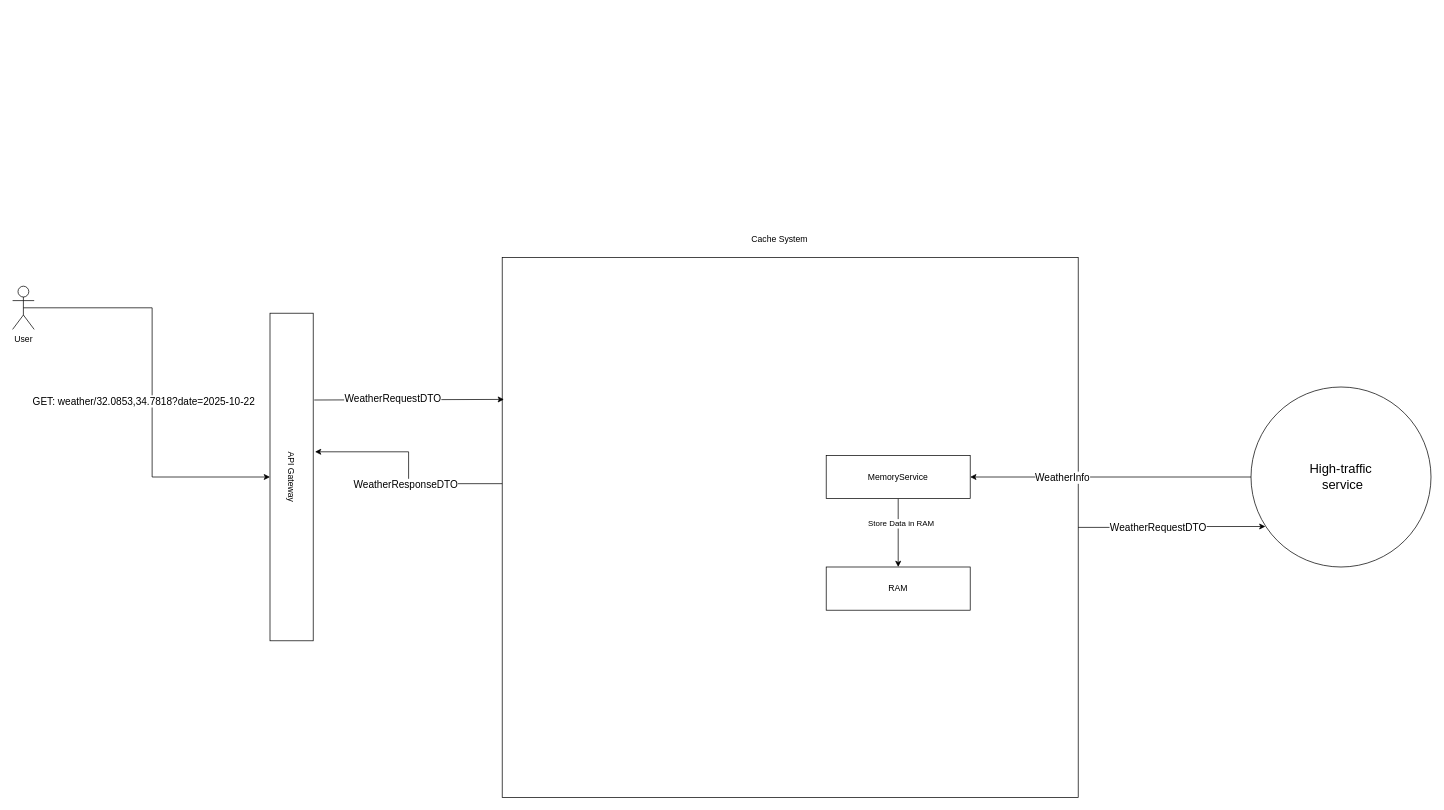
Earlier version of the draw.io diagram Untitled Diagram.drawio (rotemo-iai/drawio). Source tidied: cells renumbered, new cells numbered last; positions are measured from the earlier drawing's top-left corner, leaving out a move shared by most shapes. Both pictures are drawn from the tidied source at 72%, with x=0, y=0 at pixel (12, 228).
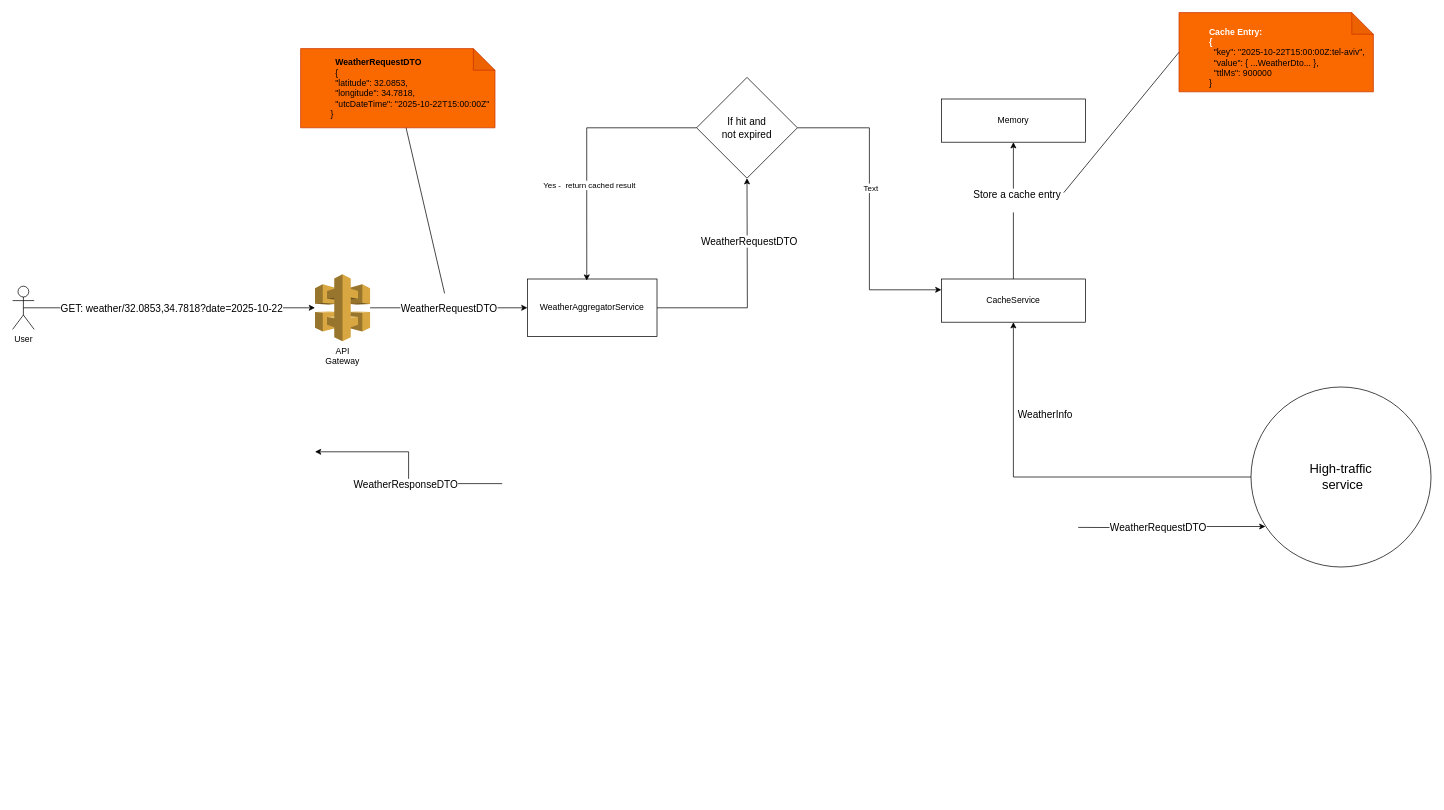
The same diagram, later.

Unchanged cells that the change refers to:
```xml
<mxCell id="2" style="edgeStyle=orthogonalEdgeStyle;rounded=0;jettySize=auto;html=1;exitX=0.5;exitY=0.5;exitDx=0;exitDy=0;exitPerimeter=0;" parent="1" edge="1" source="4" target="7">
  <mxGeometry relative="1" as="geometry" />
</mxCell>
<mxCell id="5" value="&lt;font style=&quot;font-size: 18px;&quot;&gt;High-traffic&lt;br&gt;&amp;nbsp;service&lt;/font&gt;" style="ellipse;whiteSpace=wrap;html=1;" parent="1" vertex="1">
  <mxGeometry x="1720" y="220" width="250" height="250" as="geometry" />
</mxCell>
```

Change to the diagram source:
```diff
@@
     <mxCell id="3" value="&lt;font style=&quot;font-size: 14px;&quot;&gt;GET: weather/32.0853,34.7818?date=2025-10-22&lt;/font&gt;" style="edgeLabel;html=1;align=center;verticalAlign=middle;" parent="2" vertex="1">
       <mxGeometry x="-0.35" relative="1" as="geometry">
-        <mxPoint x="-12" y="120" as="offset" />
+        <mxPoint x="73" as="offset" />
       </mxGeometry>
     </mxCell>
@@
-    <mxCell id="6" style="rounded=0;whiteSpace=wrap;html=1;" parent="1" vertex="1">
-      <mxGeometry x="680" y="40" width="800" height="750" as="geometry" />
-    </mxCell>
-    <mxCell id="7" value="API Gateway" style="rounded=0;whiteSpace=wrap;html=1;rotation=90;" parent="1" vertex="1">
-      <mxGeometry x="160" y="315" width="455" height="60" as="geometry" />
-    </mxCell>
-    <mxCell id="8" style="edgeStyle=orthogonalEdgeStyle;rounded=0;jettySize=auto;html=1;entryX=0.08;entryY=0.775;entryDx=0;entryDy=0;entryPerimeter=0;" parent="1" edge="1" source="6" target="5">
-      <mxGeometry relative="1" as="geometry" />
+    <mxCell id="8" style="edgeStyle=orthogonalEdgeStyle;rounded=0;jettySize=auto;html=1;entryX=0.08;entryY=0.775;entryDx=0;entryDy=0;entryPerimeter=0;" parent="1" edge="1" target="5">
+      <mxGeometry relative="1" as="geometry">
+        <mxPoint x="1480" y="415" as="sourcePoint" />
+      </mxGeometry>
     </mxCell>
@@
-    <mxCell id="10" style="edgeStyle=orthogonalEdgeStyle;rounded=0;jettySize=auto;html=1;exitX=0;exitY=0.419;exitDx=0;exitDy=0;exitPerimeter=0;" parent="1" edge="1" source="6">
+    <mxCell id="10" style="edgeStyle=orthogonalEdgeStyle;rounded=0;orthogonalLoop=1;jettySize=auto;html=1;exitX=0;exitY=0.419;exitDx=0;exitDy=0;exitPerimeter=0;" parent="1" edge="1">
       <mxGeometry relative="1" as="geometry">
+        <mxPoint x="680" y="354.2" as="sourcePoint" />
         <mxPoint x="420" y="310" as="targetPoint" />
         <Array as="points">
           <mxPoint x="550" y="354" />
           <mxPoint x="550" y="310" />
           <mxPoint x="420" y="310" />
         </Array>
       </mxGeometry>
     </mxCell>
@@
-    <mxCell id="14" style="endArrow=classic;html=1;rounded=0;entryX=0.003;entryY=0.263;entryDx=0;entryDy=0;entryPerimeter=0;exitX=0.265;exitY=-0.024;exitDx=0;exitDy=0;exitPerimeter=0;" parent="1" edge="1" source="7" target="6">
-      <mxGeometry relative="1" as="geometry" />
-    </mxCell>
-    <mxCell id="15" value="&lt;font style=&quot;font-size: 14px;&quot;&gt;WeatherRequestDTO&lt;/font&gt;" style="edgeLabel;html=1;align=center;verticalAlign=middle;" parent="14" vertex="1">
-      <mxGeometry x="-0.36" y="2" relative="1" as="geometry">
-        <mxPoint x="25" as="offset" />
-      </mxGeometry>
-    </mxCell>
-    <mxCell id="16" value="Cache System" style="text;html=1;align=center;verticalAlign=middle;strokeColor=none;fillColor=none;" parent="1" vertex="1">
-      <mxGeometry x="1015" width="100" height="30" as="geometry" />
-    </mxCell>
-    <mxCell id="17" style="edgeStyle=orthogonalEdgeStyle;rounded=0;jettySize=auto;html=1;entryX=0.5;entryY=0;entryDx=0;entryDy=0;" parent="1" edge="1" source="19" target="20">
+    <mxCell id="17" style="edgeStyle=orthogonalEdgeStyle;rounded=0;jettySize=auto;html=1;exitX=0.5;exitY=0;exitDx=0;exitDy=0;entryX=0.5;entryY=1;entryDx=0;entryDy=0;" parent="1" edge="1" source="19" target="20">
       <mxGeometry relative="1" as="geometry" />
     </mxCell>
-    <mxCell id="18" value="Store Data in RAM" style="edgeLabel;html=1;align=center;verticalAlign=middle;" parent="17" vertex="1">
-      <mxGeometry x="-0.28" y="3" relative="1" as="geometry" />
-    </mxCell>
+    <mxCell id="21" value="&lt;font style=&quot;font-size: 14px;&quot;&gt;Store a cache entry&lt;br&gt;&lt;br&gt;&lt;/font&gt;" style="edgeLabel;html=1;align=center;verticalAlign=middle;" parent="17" vertex="1">
+      <mxGeometry x="0.16" y="-4" relative="1" as="geometry" />
+    </mxCell>
-    <mxCell id="19" value="MemoryService" style="rounded=0;whiteSpace=wrap;html=1;" parent="1" vertex="1">
-      <mxGeometry x="1130" y="315" width="200" height="60" as="geometry" />
+    <mxCell id="19" value="CacheService" style="rounded=0;whiteSpace=wrap;html=1;" parent="1" vertex="1">
+      <mxGeometry x="1290" y="70" width="200" height="60" as="geometry" />
     </mxCell>
-    <mxCell id="20" value="RAM" style="rounded=0;whiteSpace=wrap;html=1;" parent="1" vertex="1">
-      <mxGeometry x="1130" y="470" width="200" height="60" as="geometry" />
+    <mxCell id="20" value="Memory" style="rounded=0;whiteSpace=wrap;html=1;" parent="1" vertex="1">
+      <mxGeometry x="1290" y="-180" width="200" height="60" as="geometry" />
     </mxCell>
+    <mxCell id="22" style="edgeStyle=orthogonalEdgeStyle;rounded=0;jettySize=auto;html=1;entryX=0;entryY=0.5;entryDx=0;entryDy=0;" parent="1" edge="1" source="7" target="28">
+      <mxGeometry relative="1" as="geometry" />
+    </mxCell>
+    <mxCell id="23" value="&lt;span style=&quot;font-size: 14px;&quot;&gt;WeatherRequestDTO&lt;/span&gt;" style="edgeLabel;html=1;align=center;verticalAlign=middle;" parent="22" vertex="1">
+      <mxGeometry x="-0.46" y="1" relative="1" as="geometry">
+        <mxPoint x="50" y="1" as="offset" />
+      </mxGeometry>
+    </mxCell>
+    <mxCell id="7" value="&lt;span style=&quot;text-wrap-mode: wrap;&quot;&gt;API Gateway&lt;/span&gt;" style="outlineConnect=0;dashed=0;verticalLabelPosition=bottom;verticalAlign=top;align=center;html=1;shape=mxgraph.aws3.api_gateway;fillColor=#D9A741;gradientColor=none;" parent="1" vertex="1">
+      <mxGeometry x="420" y="63.5" width="76.5" height="93" as="geometry" />
+    </mxCell>
+    <mxCell id="24" value="&lt;blockquote style=&quot;margin: 0 0 0 40px; border: none; padding: 0px;&quot;&gt;&lt;div&gt;&amp;nbsp;&amp;nbsp;&lt;/div&gt;&lt;b style=&quot;text-align: center; text-wrap-mode: nowrap;&quot;&gt;&lt;font style=&quot;color: light-dark(rgb(255, 255, 255), rgb(255, 255, 255));&quot;&gt;Cache Entry:&lt;br&gt;{&lt;br&gt;&lt;/font&gt;&lt;/b&gt;&lt;div&gt;&amp;nbsp; &quot;key&quot;: &quot;2025-10-22T15:00:00Z:tel-aviv&quot;,&lt;/div&gt;&lt;div&gt;&amp;nbsp; &quot;value&quot;: { ...WeatherDto... },&lt;/div&gt;&lt;div&gt;&amp;nbsp; &quot;ttlMs&quot;: 900000&lt;br&gt;}&lt;/div&gt;&lt;/blockquote&gt;" style="shape=note;whiteSpace=wrap;html=1;backgroundOutline=1;darkOpacity=0.05;fillColor=#fa6800;strokeColor=#C73500;fontColor=#000000;align=left;" parent="1" vertex="1">
+      <mxGeometry x="1620" y="-300" width="270" height="110" as="geometry" />
+    </mxCell>
+    <mxCell id="25" style="endArrow=none;html=1;rounded=0;entryX=0;entryY=0.5;entryDx=0;entryDy=0;entryPerimeter=0;" parent="1" edge="1" target="24">
+      <mxGeometry relative="1" as="geometry">
+        <mxPoint x="1460" y="-50" as="sourcePoint" />
+      </mxGeometry>
+    </mxCell>
+    <mxCell id="26" style="edgeStyle=orthogonalEdgeStyle;rounded=0;jettySize=auto;html=1;" parent="1" edge="1" source="28">
+      <mxGeometry relative="1" as="geometry">
+        <mxPoint x="1020" y="-70" as="targetPoint" />
+      </mxGeometry>
+    </mxCell>
+    <mxCell id="27" value="&lt;span style=&quot;font-size: 14px;&quot;&gt;WeatherRequestDTO&lt;br&gt;&lt;/span&gt;" style="edgeLabel;html=1;align=center;verticalAlign=middle;" parent="26" vertex="1">
+      <mxGeometry x="0.43" y="-2" relative="1" as="geometry" />
+    </mxCell>
+    <mxCell id="28" value="WeatherAggregatorService" style="whiteSpace=wrap;html=1;" parent="1" vertex="1">
+      <mxGeometry x="715" y="70" width="180" height="80" as="geometry" />
+    </mxCell>
+    <mxCell id="29" style="edgeStyle=orthogonalEdgeStyle;rounded=0;jettySize=auto;html=1;entryX=0;entryY=0.25;entryDx=0;entryDy=0;" parent="1" edge="1" source="31" target="19">
+      <mxGeometry relative="1" as="geometry" />
+    </mxCell>
+    <mxCell id="30" value="Text" style="edgeLabel;html=1;align=center;verticalAlign=middle;" parent="29" vertex="1">
+      <mxGeometry x="-0.14" y="1" relative="1" as="geometry" />
+    </mxCell>
+    <mxCell id="31" value="&lt;font style=&quot;font-size: 14px;&quot;&gt;If hit and &lt;br&gt;not expired&lt;/font&gt;" style="rhombus;whiteSpace=wrap;html=1;" parent="1" vertex="1">
+      <mxGeometry x="950" y="-210" width="140" height="140" as="geometry" />
+    </mxCell>
+    <mxCell id="32" style="edgeStyle=orthogonalEdgeStyle;rounded=0;jettySize=auto;html=1;exitX=0;exitY=0.5;exitDx=0;exitDy=0;entryX=0.458;entryY=0.028;entryDx=0;entryDy=0;entryPerimeter=0;" parent="1" edge="1" source="31" target="28">
+      <mxGeometry relative="1" as="geometry" />
+    </mxCell>
+    <mxCell id="33" value="Yes -&amp;nbsp;&amp;nbsp;return cached result" style="edgeLabel;html=1;align=center;verticalAlign=middle;" parent="32" vertex="1">
+      <mxGeometry x="0.27" y="3" relative="1" as="geometry" />
+    </mxCell>
+    <mxCell id="34" value="&lt;blockquote style=&quot;margin: 0 0 0 40px; border: none; padding: 0px;&quot;&gt;&lt;div&gt;&lt;font&gt;&amp;nbsp;&amp;nbsp;&lt;b style=&quot;background-color: transparent; text-wrap-mode: nowrap; text-align: center;&quot;&gt;WeatherRequestDTO&lt;/b&gt;&lt;/font&gt;&lt;/div&gt;&lt;div&gt;&lt;font&gt;&amp;nbsp;&amp;nbsp;&lt;span style=&quot;background-color: transparent;&quot;&gt;{&lt;/span&gt;&lt;br&gt;&lt;/font&gt;&lt;/div&gt;&lt;div&gt;&lt;font&gt;&amp;nbsp; &quot;latitude&quot;: 32.0853,&lt;/font&gt;&lt;/div&gt;&lt;div&gt;&lt;font&gt;&amp;nbsp; &quot;longitude&quot;: 34.7818,&lt;/font&gt;&lt;/div&gt;&lt;div&gt;&lt;font&gt;&amp;nbsp; &quot;utcDateTime&quot;: &quot;2025-10-22T15:00:00Z&quot;&lt;/font&gt;&lt;/div&gt;&lt;div&gt;&lt;font&gt;}&lt;/font&gt;&lt;/div&gt;&lt;/blockquote&gt;" style="shape=note;whiteSpace=wrap;html=1;backgroundOutline=1;darkOpacity=0.05;fillColor=#fa6800;strokeColor=#C73500;fontColor=#000000;align=left;" parent="1" vertex="1">
+      <mxGeometry x="400" y="-250" width="270" height="110" as="geometry" />
+    </mxCell>
+    <mxCell id="35" style="endArrow=none;html=1;rounded=0;" parent="1" edge="1">
+      <mxGeometry relative="1" as="geometry">
+        <mxPoint x="600" y="90" as="sourcePoint" />
+        <mxPoint x="546.5" y="-140" as="targetPoint" />
+      </mxGeometry>
+    </mxCell>
```
